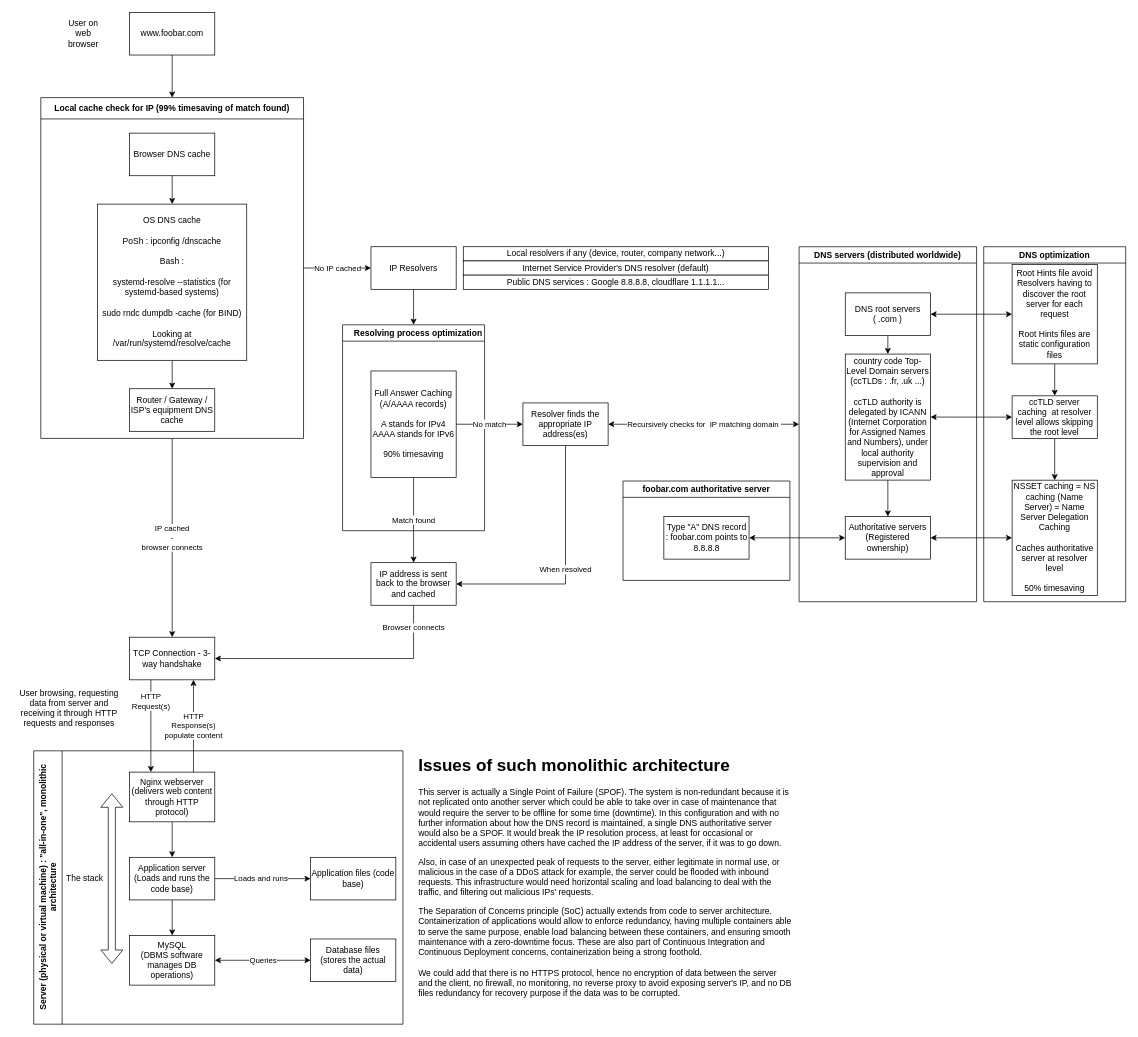
Earlier version of the draw.io diagram web_infrastructure_design/0-simple_web_stack.drawio (jmitchell35/holbertonschool-system_engineering-devops). Source tidied: cells renumbered, new cells numbered last; positions are measured from the earlier drawing's top-left corner, leaving out a move shared by most shapes. Both pictures are drawn from the tidied source at 71%, with x=0, y=0 at pixel (12, 12).
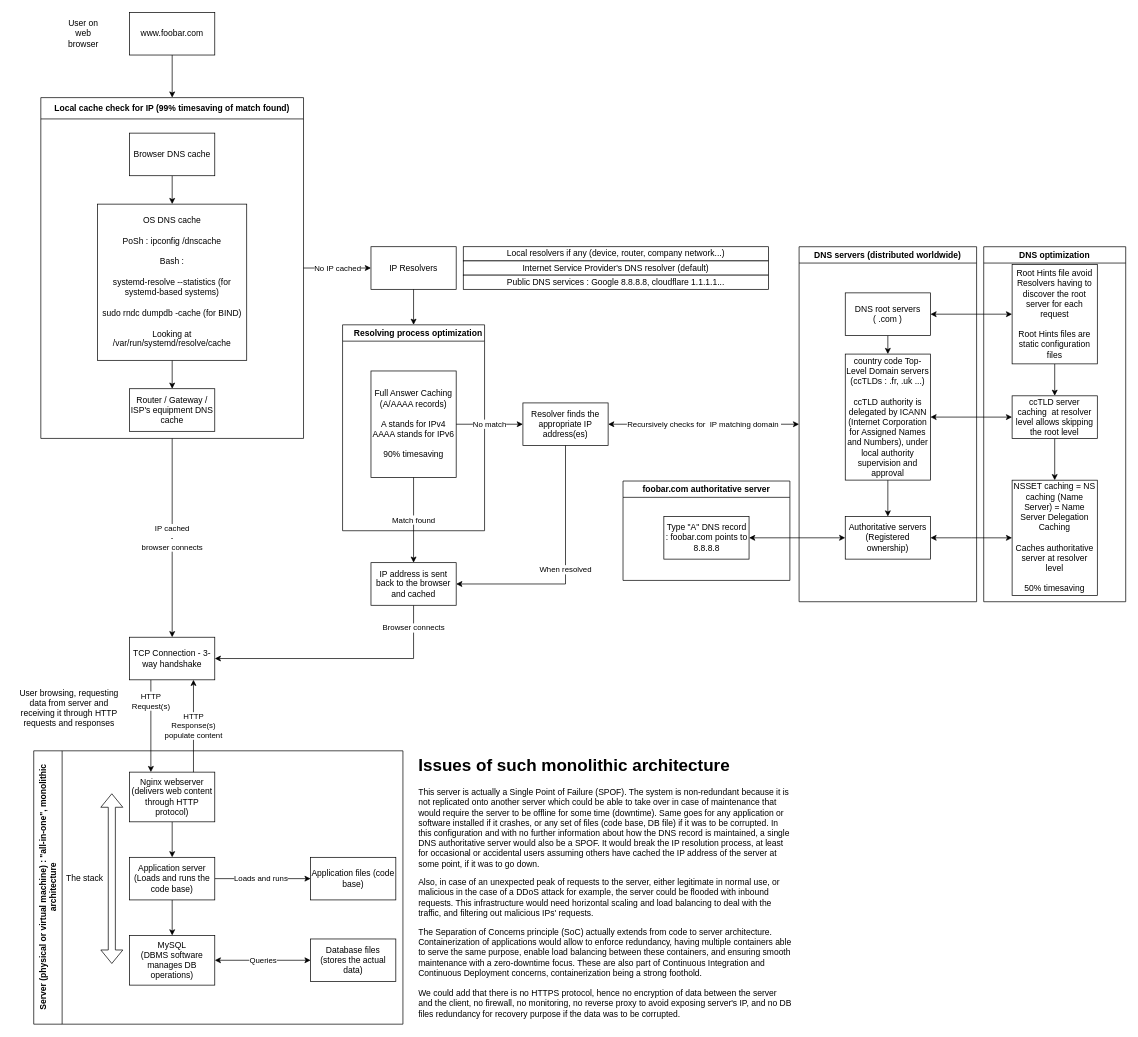
The same page after the edit.

Commit message:
Probably mentionning all SPOFs

What changed in the source:
```diff
@@
-    <mxCell id="17" value="&lt;h1 style=&quot;margin-top: 0px;&quot;&gt;Issues of such monolithic architecture&lt;/h1&gt;&lt;p&gt;This server is actually a Single Point of Failure (SPOF). The system is non-redundant because it is not replicated onto another server which could be able to take over in case of maintenance that would require the server to be offline for some time (downtime). In this configuration and with no further information about how the DNS record is maintained, a single DNS authoritative server would also be a SPOF. It would break the IP resolution process, at least for occasional or accidental users assuming others have cached the IP address of the server, if it was to go down.&lt;/p&gt;&lt;p&gt;Also, in case of an unexpected peak of requests to the server, either legitimate in normal use, or malicious in the case of a DDoS attack for example, the server could be flooded with inbound requests. This infrastructure would need horizontal scaling and load balancing to deal with the traffic, and filtering out malicious IPs' requests.&lt;/p&gt;&lt;p&gt;The Separation of Concerns principle (SoC) actually extends from code to server architecture. Containerization of applications would allow to enforce redundancy, having multiple containers able to serve the same purpose, enable load balancing between these containers, and ensuring smooth maintenance with a zero-downtime focus. These are also part of Continuous Integration and Continuous Deployment concerns, containerization being a strong foothold.&lt;br&gt;&lt;br&gt;We could add that there is no HTTPS protocol, hence no encryption of data between the server and the client, no firewall, no monitoring, no reverse proxy to avoid exposing server's IP, and no DB files redundancy for recovery purpose if the data was to be corrupted.&lt;/p&gt;" style="text;html=1;whiteSpace=wrap;overflow=hidden;rounded=0;" parent="1" vertex="1">
+    <mxCell id="17" value="&lt;h1 style=&quot;margin-top: 0px;&quot;&gt;Issues of such monolithic architecture&lt;/h1&gt;&lt;p&gt;This server is actually a Single Point of Failure (SPOF). The system is non-redundant because it is not replicated onto another server which could be able to take over in case of maintenance that would require the server to be offline for some time (downtime). Same goes for any application or software installed if it crashes, or any set of files (code base, DB file) if it was to be corrupted. In this configuration and with no further information about how the DNS record is maintained, a single DNS authoritative server would also be a SPOF. It would break the IP resolution process, at least for occasional or accidental users assuming others have cached the IP address of the server at some point, if it was to go down.&lt;/p&gt;&lt;p&gt;Also, in case of an unexpected peak of requests to the server, either legitimate in normal use, or malicious in the case of a DDoS attack for example, the server could be flooded with inbound requests. This infrastructure would need horizontal scaling and load balancing to deal with the traffic, and filtering out malicious IPs' requests.&lt;/p&gt;&lt;p&gt;The Separation of Concerns principle (SoC) actually extends from code to server architecture. Containerization of applications would allow to enforce redundancy, having multiple containers able to serve the same purpose, enable load balancing between these containers, and ensuring smooth maintenance with a zero-downtime focus. These are also part of Continuous Integration and Continuous Deployment concerns, containerization being a strong foothold.&lt;br&gt;&lt;br&gt;We could add that there is no HTTPS protocol, hence no encryption of data between the server and the client, no firewall, no monitoring, no reverse proxy to avoid exposing server's IP, and no DB files redundancy for recovery purpose if the data was to be corrupted.&lt;/p&gt;" style="text;html=1;whiteSpace=wrap;overflow=hidden;rounded=0;" parent="1" vertex="1">
       <mxGeometry x="570" y="1040" width="530" height="382.5" as="geometry" />
     </mxCell>
```
